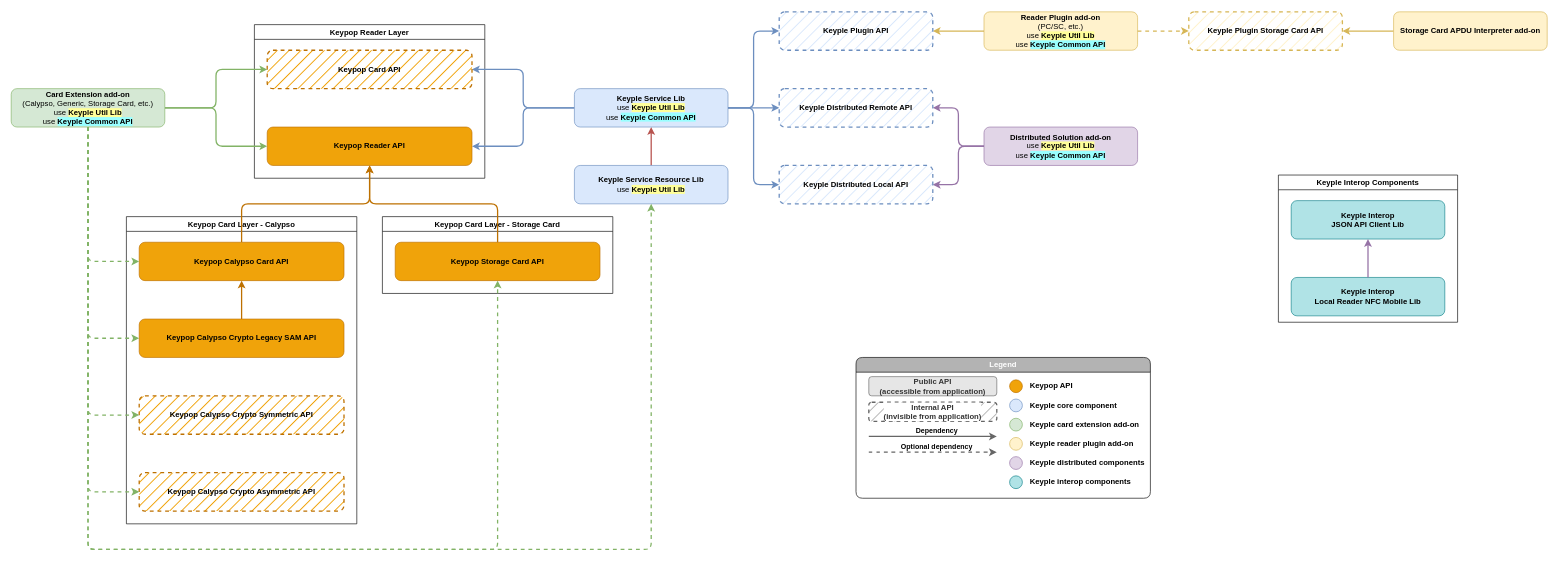
eclipse-keyple/keyple-website keeps this draw.io diagram as static/media/learn/developer-guide/component-dependencies/component_dependencies_overview.drawio. Above is the earlier version. Source tidied: cells renumbered, new cells numbered last; positions are measured from the earlier drawing's top-left corner, leaving out a move shared by most shapes. Both pictures are drawn from the tidied source at 64%, with x=0, y=0 at pixel (11, 12).
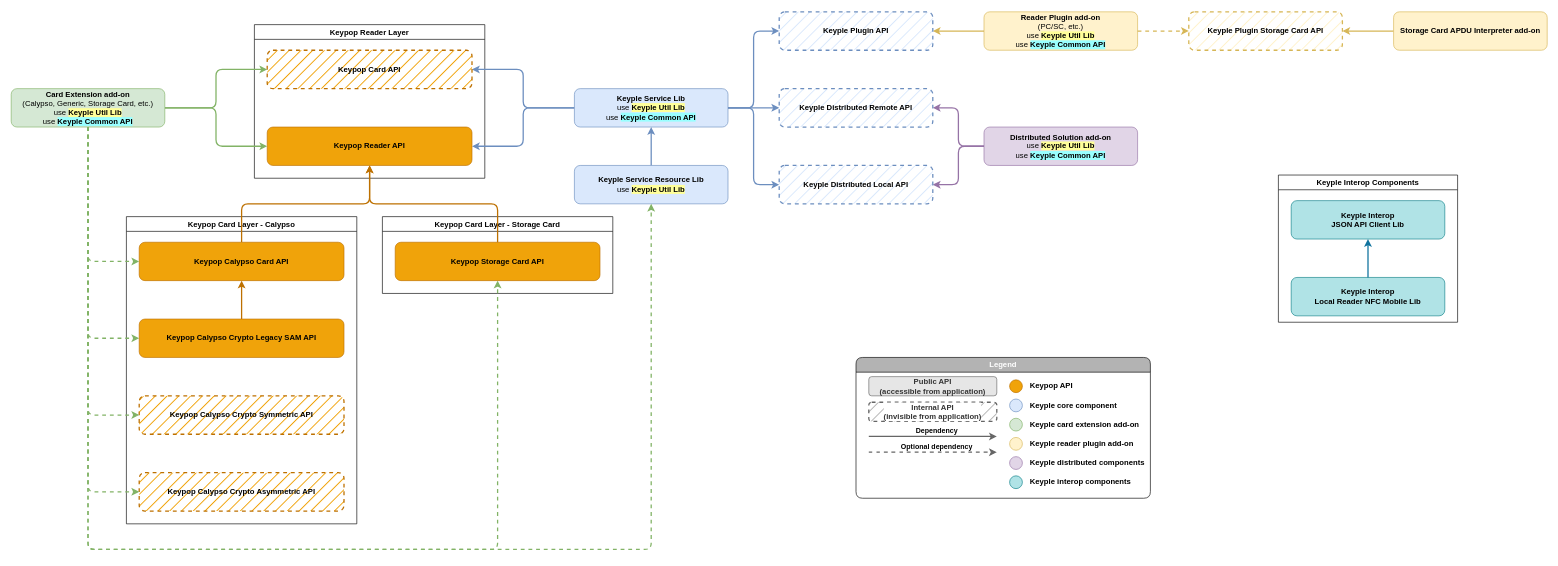
The same diagram, later.

The change refers to these unchanged cells:
```xml
<mxCell id="7" value="&lt;b&gt;Keyple Service Resource Lib&lt;/b&gt;&lt;br&gt;use&amp;nbsp;&lt;b style=&quot;border-color: var(--border-color); background-color: rgb(255, 255, 153);&quot;&gt;Keyple Util Lib&lt;/b&gt;" style="rounded=1;whiteSpace=wrap;html=1;fillColor=#dae8fc;strokeColor=#6c8ebf;fontStyle=0;" parent="1" vertex="1">
  <mxGeometry x="880" y="240" width="240" height="60" as="geometry" />
</mxCell>
<mxCell id="13" value="&lt;b&gt;Keyple Service Lib&lt;/b&gt;&lt;br&gt;use&amp;nbsp;&lt;b style=&quot;border-color: var(--border-color); background-color: rgb(255, 255, 153);&quot;&gt;Keyple Util Lib&lt;/b&gt;&lt;br&gt;use &lt;b style=&quot;background-color: rgb(153, 255, 255);&quot;&gt;Keyple Common API&lt;/b&gt;" style="rounded=1;whiteSpace=wrap;html=1;fillColor=#dae8fc;strokeColor=#6c8ebf;fontStyle=0;" parent="1" vertex="1">
  <mxGeometry x="880" y="120" width="240" height="60" as="geometry" />
</mxCell>
<mxCell id="59" value="Keyple Interop Components" style="swimlane;whiteSpace=wrap;html=1;" parent="1" vertex="1">
  <mxGeometry x="1980" y="255" width="280" height="230" as="geometry" />
</mxCell>
<mxCell id="60" value="&lt;b&gt;Keyple Interop&lt;br&gt;JSON API Client Lib&lt;/b&gt;" style="rounded=1;whiteSpace=wrap;html=1;fillColor=#b0e3e6;strokeColor=#0e8088;fontStyle=0;" parent="59" vertex="1">
  <mxGeometry x="20" y="40" width="240" height="60" as="geometry" />
</mxCell>
<mxCell id="61" value="&lt;b&gt;Keyple Interop&lt;br&gt;Local Reader NFC Mobile Lib&lt;/b&gt;" style="rounded=1;whiteSpace=wrap;html=1;fillColor=#b0e3e6;strokeColor=#0e8088;fontStyle=0;" parent="59" vertex="1">
  <mxGeometry x="20" y="160" width="240" height="60" as="geometry" />
</mxCell>
```

The edit, as a diff of the source:
```diff
@@
-    <mxCell id="6" style="edgeStyle=orthogonalEdgeStyle;jettySize=auto;html=1;exitX=0.5;exitY=0;exitDx=0;exitDy=0;entryX=0.5;entryY=1;entryDx=0;entryDy=0;strokeWidth=2;fillColor=#f8cecc;strokeColor=#b85450;curved=1;" parent="1" edge="1" source="7" target="13">
+    <mxCell id="6" style="edgeStyle=orthogonalEdgeStyle;jettySize=auto;html=1;exitX=0.5;exitY=0;exitDx=0;exitDy=0;entryX=0.5;entryY=1;entryDx=0;entryDy=0;strokeWidth=2;fillColor=#dae8fc;strokeColor=#6c8ebf;curved=1;" parent="1" edge="1" source="7" target="13">
       <mxGeometry relative="1" as="geometry" />
     </mxCell>
@@
-    <mxCell id="62" style="edgeStyle=orthogonalEdgeStyle;rounded=0;jettySize=auto;html=1;entryX=0.5;entryY=1;entryDx=0;entryDy=0;fillColor=#e1d5e7;strokeColor=#9673a6;strokeWidth=2;" parent="59" edge="1" source="61" target="60">
+    <mxCell id="62" style="edgeStyle=orthogonalEdgeStyle;rounded=0;jettySize=auto;html=1;entryX=0.5;entryY=1;entryDx=0;entryDy=0;fillColor=#b1ddf0;strokeColor=#10739e;strokeWidth=2;" parent="59" edge="1" source="61" target="60">
       <mxGeometry relative="1" as="geometry" />
     </mxCell>
```
